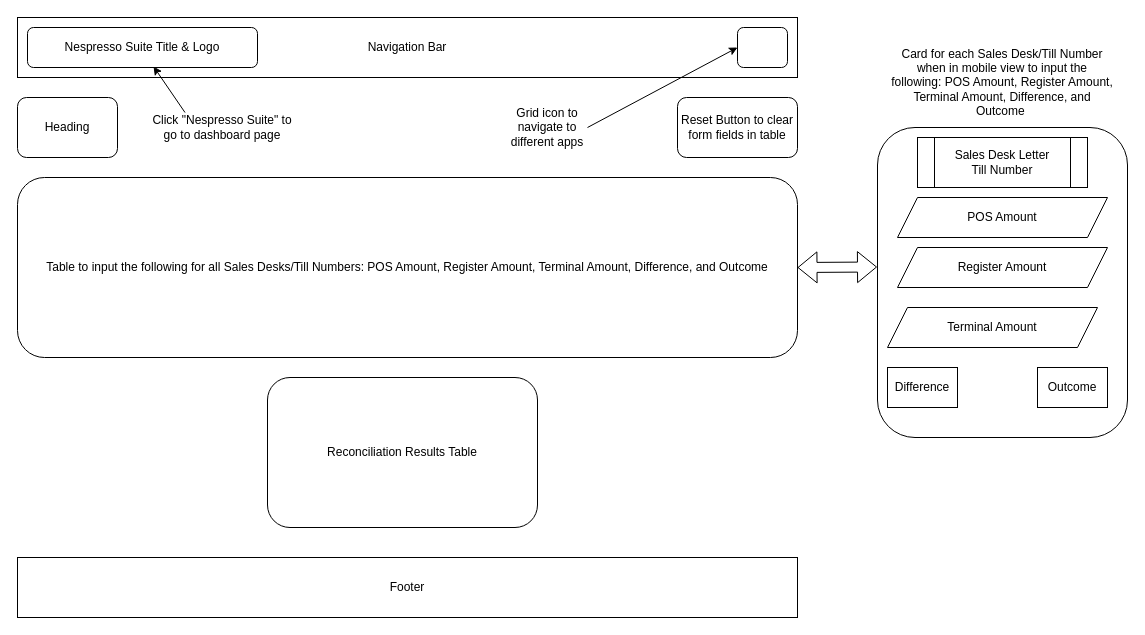
kjeshang/nespresso-suite keeps this draw.io diagram as README_Images/CardReconciliation.drawio. Above is the earlier version. Source tidied: cells renumbered, new cells numbered last; positions are measured from the earlier drawing's top-left corner, leaving out a move shared by most shapes. Both pictures are drawn from the tidied source at 100%, with x=0, y=0 at pixel (17, 17).
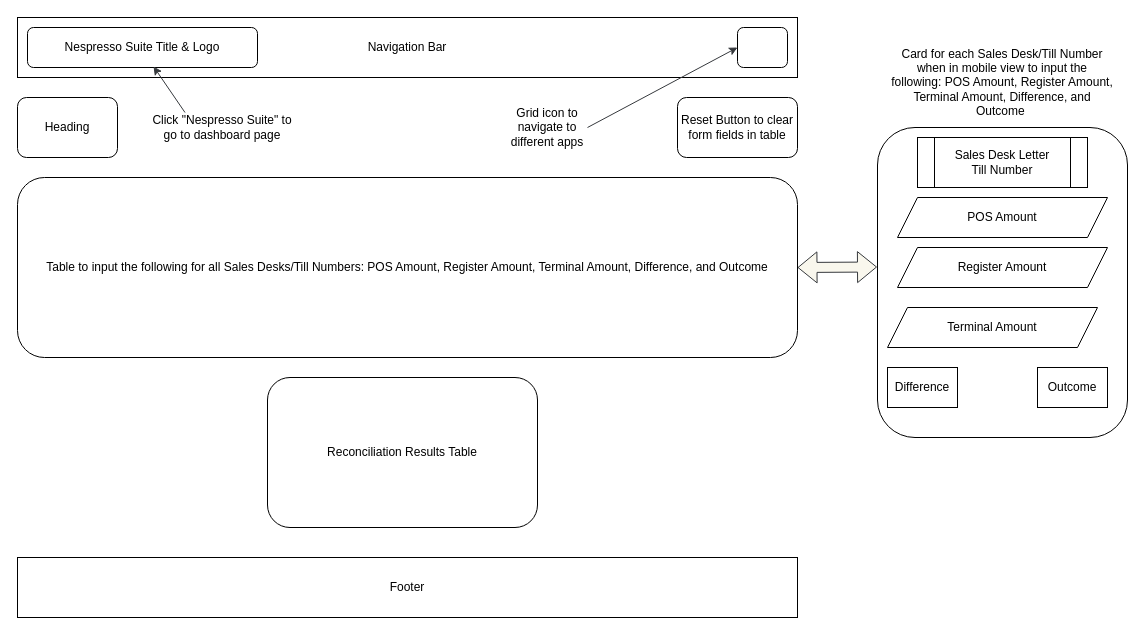
The same diagram, later.

Commit message (it also covers changes not shown here):
Made wireframe more easier to see.

Unchanged cells that the change refers to:
```xml
<mxCell id="4" value="Table to input the following for all Sales Desks/Till Numbers: POS Amount, Register Amount, Terminal Amount, Difference, and Outcome" style="rounded=1;whiteSpace=wrap;html=1;" parent="1" vertex="1">
  <mxGeometry y="160" width="780" height="180" as="geometry" />
</mxCell>
<mxCell id="8" style="rounded=1;whiteSpace=wrap;html=1;" parent="1" vertex="1">
  <mxGeometry x="720" y="10" width="50" height="40" as="geometry" />
</mxCell>
<mxCell id="9" value="Nespresso Suite Title &amp;amp; Logo" style="rounded=1;whiteSpace=wrap;html=1;" parent="1" vertex="1">
  <mxGeometry x="10" y="10" width="230" height="40" as="geometry" />
</mxCell>
<mxCell id="14" style="rounded=1;whiteSpace=wrap;html=1;" parent="1" vertex="1">
  <mxGeometry x="860" y="110" width="250" height="310" as="geometry" />
</mxCell>
```

Change to the diagram source:
```diff
@@
-    <mxCell id="10" style="edgeStyle=none;html=1;exitX=1;exitY=0.5;exitDx=0;exitDy=0;entryX=0;entryY=0.5;entryDx=0;entryDy=0;" parent="1" edge="1" source="11" target="8">
+    <mxCell id="10" style="edgeStyle=none;html=1;exitX=1;exitY=0.5;exitDx=0;exitDy=0;entryX=0;entryY=0.5;entryDx=0;entryDy=0;labelBorderColor=#FFFFFF;textShadow=1;fillColor=#f9f7ed;strokeColor=#36393d;" parent="1" edge="1" source="11" target="8">
       <mxGeometry relative="1" as="geometry" />
     </mxCell>
-    <mxCell id="11" value="Grid icon to navigate to different apps" style="text;html=1;align=center;verticalAlign=middle;whiteSpace=wrap;rounded=0;" parent="1" vertex="1">
+    <mxCell id="11" value="Grid icon to navigate to different apps" style="text;html=1;align=center;verticalAlign=middle;whiteSpace=wrap;rounded=0;labelBackgroundColor=#FFFFFF;" parent="1" vertex="1">
       <mxGeometry x="490" y="80" width="80" height="60" as="geometry" />
     </mxCell>
-    <mxCell id="12" value="Click &quot;Nespresso Suite&quot; to go to dashboard page" style="text;html=1;align=center;verticalAlign=middle;whiteSpace=wrap;rounded=0;" parent="1" vertex="1">
+    <mxCell id="12" value="Click &quot;Nespresso Suite&quot; to go to dashboard page" style="text;html=1;align=center;verticalAlign=middle;whiteSpace=wrap;rounded=0;labelBackgroundColor=#FFFFFF;" parent="1" vertex="1">
       <mxGeometry x="130" y="95" width="150" height="30" as="geometry" />
     </mxCell>
-    <mxCell id="13" style="edgeStyle=none;html=1;exitX=0.25;exitY=0;exitDx=0;exitDy=0;entryX=0.548;entryY=0.975;entryDx=0;entryDy=0;entryPerimeter=0;" parent="1" edge="1" source="12" target="9">
+    <mxCell id="13" style="edgeStyle=none;html=1;exitX=0.25;exitY=0;exitDx=0;exitDy=0;entryX=0.548;entryY=0.975;entryDx=0;entryDy=0;entryPerimeter=0;labelBorderColor=#FFFFFF;textShadow=1;fillColor=#f9f7ed;strokeColor=#36393d;" parent="1" edge="1" source="12" target="9">
       <mxGeometry relative="1" as="geometry" />
     </mxCell>
@@
-    <mxCell id="21" value="Card for each Sales Desk/Till Number when in mobile view to input the following:&amp;nbsp;&lt;span style=&quot;color: rgb(0, 0, 0);&quot;&gt;POS Amount, Register Amount, Terminal Amount, Difference, and Outcome&lt;/span&gt;&amp;nbsp;" style="text;html=1;align=center;verticalAlign=middle;whiteSpace=wrap;rounded=0;" parent="1" vertex="1">
+    <mxCell id="21" value="Card for each Sales Desk/Till Number when in mobile view to input the following:&amp;nbsp;&lt;span style=&quot;color: rgb(0, 0, 0);&quot;&gt;POS Amount, Register Amount, Terminal Amount, Difference, and Outcome&lt;/span&gt;&amp;nbsp;" style="text;html=1;align=center;verticalAlign=middle;whiteSpace=wrap;rounded=0;labelBackgroundColor=#FFFFFF;" parent="1" vertex="1">
       <mxGeometry x="870" y="50" width="230" height="30" as="geometry" />
     </mxCell>
-    <mxCell id="22" style="shape=flexArrow;endArrow=classic;startArrow=classic;html=1;exitX=1;exitY=0.5;exitDx=0;exitDy=0;entryX=-0.002;entryY=0.45;entryDx=0;entryDy=0;entryPerimeter=0;" parent="1" edge="1" source="4" target="14">
+    <mxCell id="22" style="shape=flexArrow;endArrow=classic;startArrow=classic;html=1;exitX=1;exitY=0.5;exitDx=0;exitDy=0;entryX=-0.002;entryY=0.45;entryDx=0;entryDy=0;entryPerimeter=0;labelBorderColor=#FFFFFF;fillColor=#f9f7ed;fillStyle=auto;strokeColor=#36393d;" parent="1" edge="1" source="4" target="14">
       <mxGeometry relative="1" as="geometry" />
     </mxCell>
```
